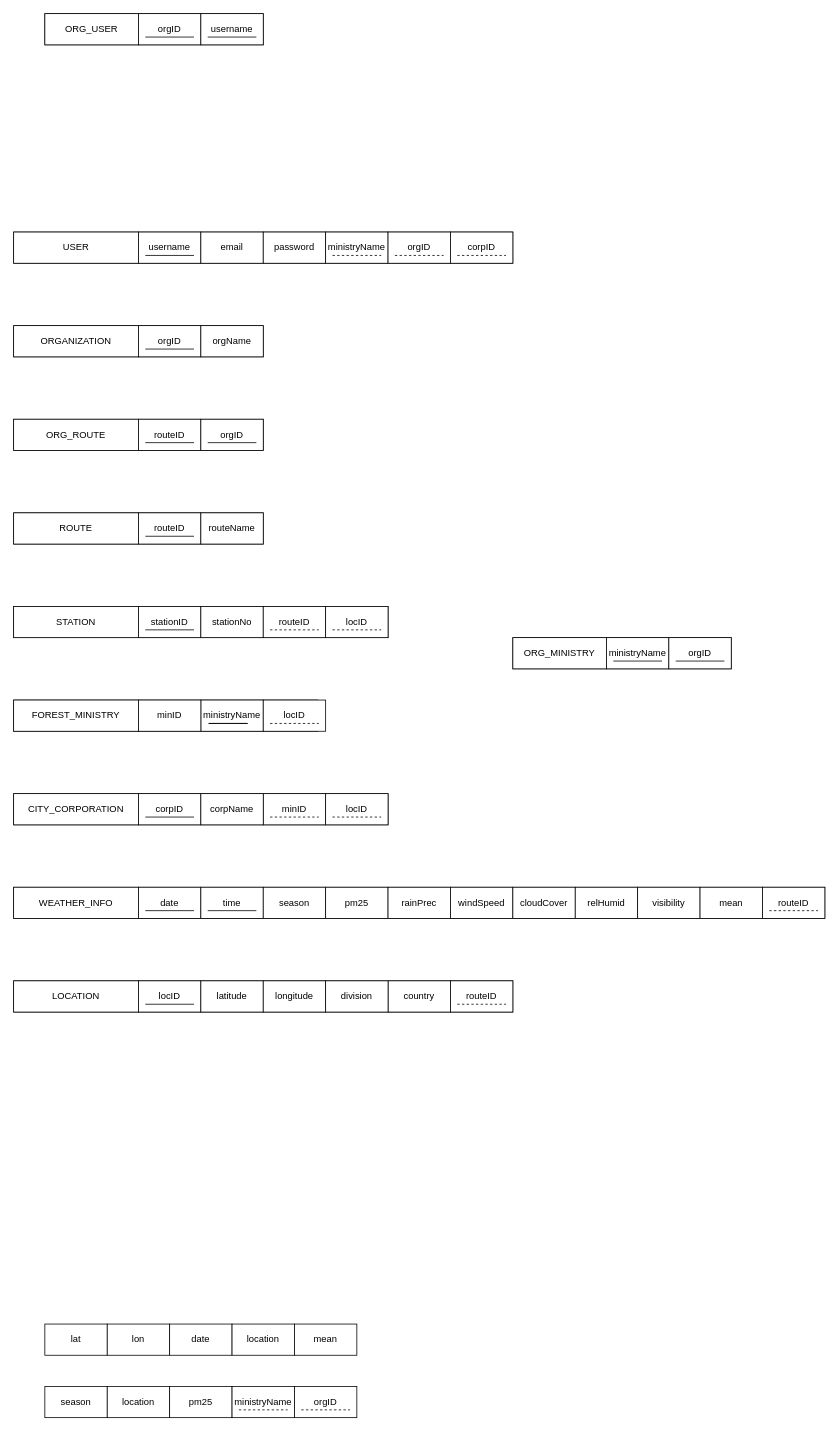
The draw.io diagram z-design/RELATIONAL_SCHEMA.drawio in zorojuro75/CSE303-sec-03-Group-03, before the edit. Source tidied: cells renumbered, new cells numbered last; positions are measured from the earlier drawing's top-left corner, leaving out a move shared by most shapes. Both pictures are drawn from the tidied source at 78%, with x=0, y=0 at pixel (13, 13).
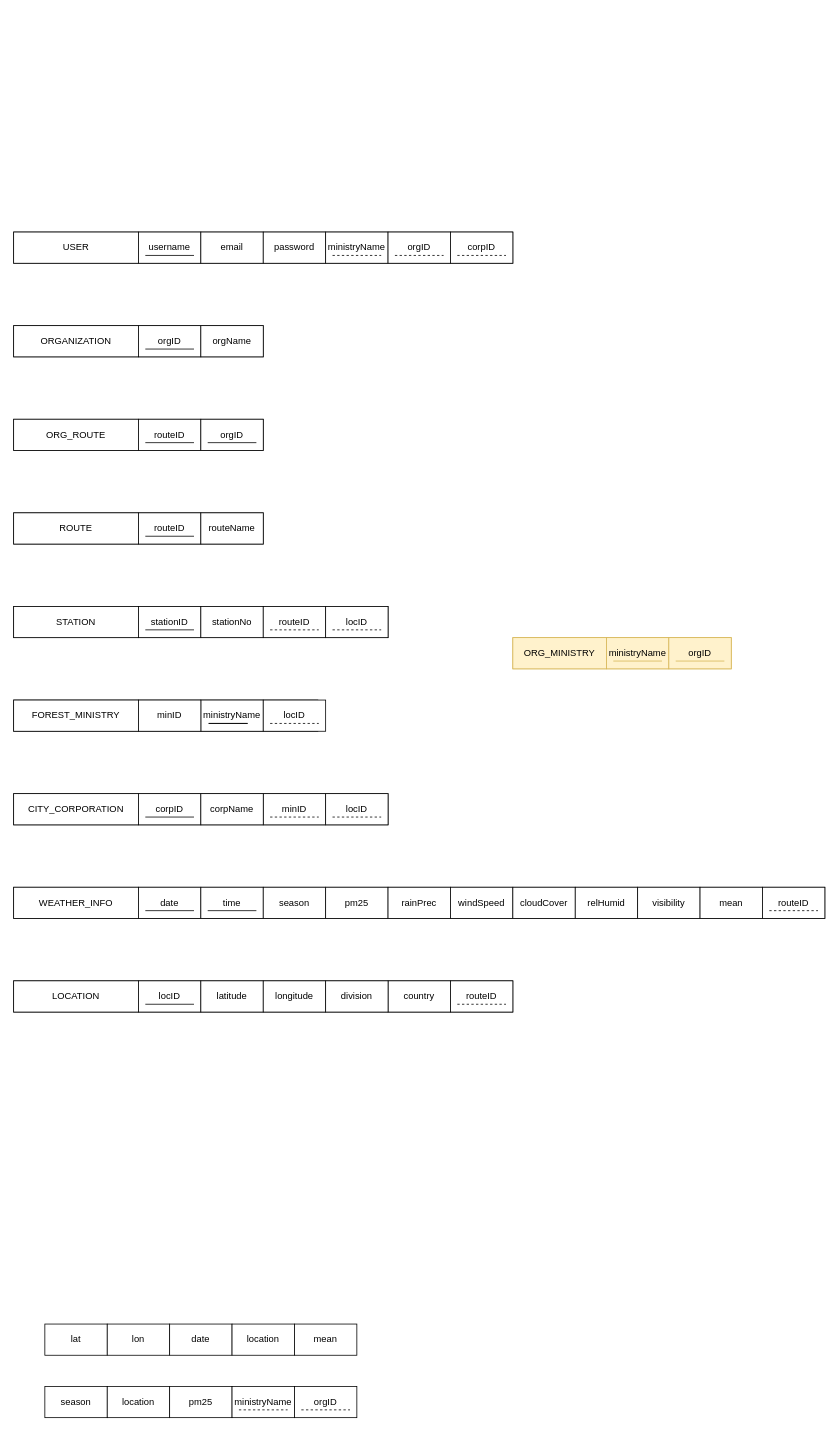
Above is the later version.

Change to the diagram source:
```diff
@@
-    <mxCell id="29" style="rounded=0;whiteSpace=wrap;html=1;" parent="1" vertex="1">
+    <mxCell id="29" style="rounded=0;whiteSpace=wrap;html=1;fillColor=#fff2cc;strokeColor=#d6b656;" parent="1" vertex="1">
       <mxGeometry x="640" y="800" width="280" height="40" as="geometry" />
     </mxCell>
-    <mxCell id="30" value="ORG_MINISTRY" style="rounded=0;whiteSpace=wrap;html=1;" parent="1" vertex="1">
+    <mxCell id="30" value="ORG_MINISTRY" style="rounded=0;whiteSpace=wrap;html=1;fillColor=#fff2cc;strokeColor=#d6b656;" parent="1" vertex="1">
       <mxGeometry x="640" y="800" width="120" height="40" as="geometry" />
     </mxCell>
-    <mxCell id="31" value="ministryName" style="rounded=0;whiteSpace=wrap;html=1;" parent="1" vertex="1">
+    <mxCell id="31" value="ministryName" style="rounded=0;whiteSpace=wrap;html=1;fillColor=#fff2cc;strokeColor=#d6b656;" parent="1" vertex="1">
       <mxGeometry x="760" y="800" width="80" height="40" as="geometry" />
     </mxCell>
-    <mxCell id="32" style="endArrow=none;html=1;rounded=0;" parent="1" edge="1">
+    <mxCell id="32" style="endArrow=none;html=1;rounded=0;fillColor=#fff2cc;strokeColor=#d6b656;" parent="1" edge="1">
       <mxGeometry relative="1" as="geometry">
         <mxPoint x="768.8" y="830" as="sourcePoint" />
         <mxPoint x="831.2" y="830" as="targetPoint" />
       </mxGeometry>
     </mxCell>
-    <mxCell id="33" value="orgID" style="rounded=0;whiteSpace=wrap;html=1;" parent="1" vertex="1">
+    <mxCell id="33" value="orgID" style="rounded=0;whiteSpace=wrap;html=1;fillColor=#fff2cc;strokeColor=#d6b656;" parent="1" vertex="1">
       <mxGeometry x="840" y="800" width="80" height="40" as="geometry" />
     </mxCell>
-    <mxCell id="34" style="endArrow=none;html=1;rounded=0;" parent="1" edge="1">
+    <mxCell id="34" style="endArrow=none;html=1;rounded=0;fillColor=#fff2cc;strokeColor=#d6b656;" parent="1" edge="1">
       <mxGeometry relative="1" as="geometry">
         <mxPoint x="848.8" y="830" as="sourcePoint" />
         <mxPoint x="911.2" y="830" as="targetPoint" />
       </mxGeometry>
     </mxCell>
@@
-    <mxCell id="37" style="rounded=0;whiteSpace=wrap;html=1;" parent="1" vertex="1">
-      <mxGeometry x="40" width="280" height="40" as="geometry" />
-    </mxCell>
-    <mxCell id="38" value="ORG_USER" style="rounded=0;whiteSpace=wrap;html=1;" parent="1" vertex="1">
-      <mxGeometry x="40" width="120" height="40" as="geometry" />
-    </mxCell>
-    <mxCell id="39" value="orgID" style="rounded=0;whiteSpace=wrap;html=1;" parent="1" vertex="1">
-      <mxGeometry x="160" width="80" height="40" as="geometry" />
-    </mxCell>
-    <mxCell id="40" value="username" style="rounded=0;whiteSpace=wrap;html=1;" parent="1" vertex="1">
-      <mxGeometry x="240" width="80" height="40" as="geometry" />
-    </mxCell>
-    <mxCell id="41" style="endArrow=none;html=1;rounded=0;" parent="1" edge="1">
-      <mxGeometry relative="1" as="geometry">
-        <mxPoint x="168.8" y="30" as="sourcePoint" />
-        <mxPoint x="231.2" y="30" as="targetPoint" />
-      </mxGeometry>
-    </mxCell>
-    <mxCell id="42" style="endArrow=none;html=1;rounded=0;" parent="1" edge="1">
-      <mxGeometry relative="1" as="geometry">
-        <mxPoint x="248.8" y="30" as="sourcePoint" />
-        <mxPoint x="311.2" y="30" as="targetPoint" />
-      </mxGeometry>
-    </mxCell>
```
